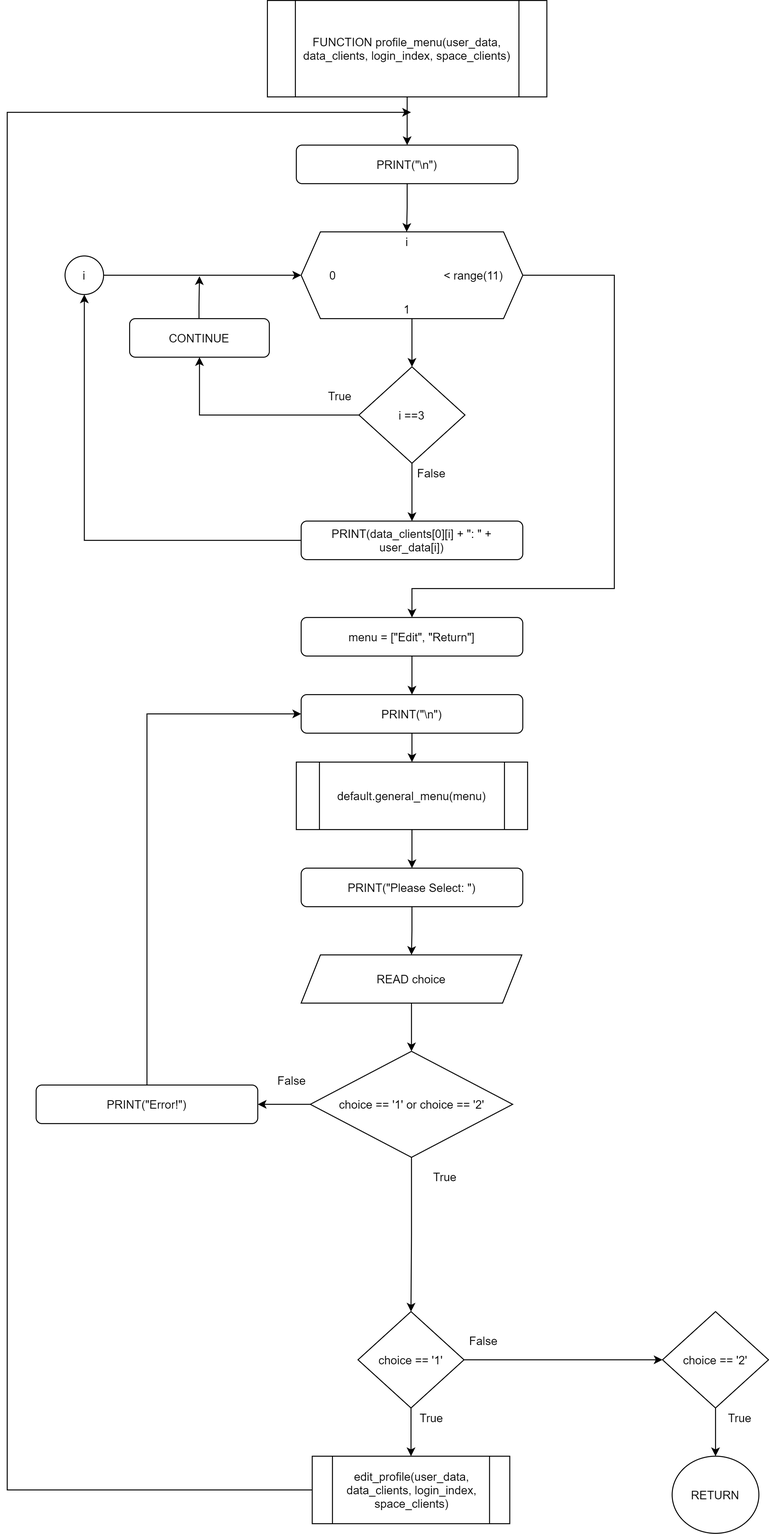
This is Flowchart/clients/profile_menu.png from RabbitBear00/Car-Rental-System, a draw.io export, as it was before one commit. Source tidied: cells renumbered, new cells last; positions are measured from the earlier drawing's top-left corner, leaving out a move shared by most shapes. Its diagram source:
```xml
<mxGraphModel>
  <root>
    <mxCell id="0" />
    <mxCell id="1" parent="0" />
    <mxCell id="2" style="group;" parent="1" vertex="1">
      <mxGeometry x="305" y="240" width="230" height="90" as="geometry" />
    </mxCell>
    <mxCell id="3" style="shape=hexagon;perimeter=hexagonPerimeter2;whiteSpace=wrap;html=1;fixedSize=1;" parent="2" vertex="1">
      <mxGeometry width="230" height="90" as="geometry" />
    </mxCell>
    <mxCell id="4" value="i" style="text;html=1;strokeColor=none;fillColor=none;align=center;verticalAlign=middle;whiteSpace=wrap;rounded=0;" parent="2" vertex="1">
      <mxGeometry x="87.6" width="43.8" height="20" as="geometry" />
    </mxCell>
    <mxCell id="5" value="0" style="text;html=1;strokeColor=none;fillColor=none;align=center;verticalAlign=middle;whiteSpace=wrap;rounded=0;" parent="2" vertex="1">
      <mxGeometry x="11" y="35" width="43.8" height="20" as="geometry" />
    </mxCell>
    <mxCell id="6" value="1" style="text;html=1;strokeColor=none;fillColor=none;align=center;verticalAlign=middle;whiteSpace=wrap;rounded=0;" parent="2" vertex="1">
      <mxGeometry x="87.6" y="70" width="43.8" height="20" as="geometry" />
    </mxCell>
    <mxCell id="7" value="&amp;lt; range(11)" style="text;html=1;strokeColor=none;fillColor=none;align=center;verticalAlign=middle;whiteSpace=wrap;rounded=0;" parent="2" vertex="1">
      <mxGeometry x="145" y="35" width="68.1" height="20" as="geometry" />
    </mxCell>
    <mxCell id="8" style="edgeStyle=orthogonalEdgeStyle;rounded=0;jettySize=auto;html=1;exitX=0.5;exitY=1;exitDx=0;exitDy=0;" parent="1" edge="1" source="9" target="4">
      <mxGeometry relative="1" as="geometry" />
    </mxCell>
    <mxCell id="9" value="PRINT(&quot;\n&quot;)" style="rounded=1;whiteSpace=wrap;html=1;" parent="1" vertex="1">
      <mxGeometry x="300" y="150" width="230" height="40" as="geometry" />
    </mxCell>
    <mxCell id="10" style="edgeStyle=orthogonalEdgeStyle;rounded=0;jettySize=auto;html=1;" parent="1" edge="1" source="12" target="14">
      <mxGeometry relative="1" as="geometry" />
    </mxCell>
    <mxCell id="11" style="edgeStyle=orthogonalEdgeStyle;rounded=0;jettySize=auto;html=1;entryX=0.5;entryY=1;entryDx=0;entryDy=0;endFill=1;" parent="1" edge="1" source="12" target="50">
      <mxGeometry relative="1" as="geometry" />
    </mxCell>
    <mxCell id="12" value="i ==3" style="rhombus;whiteSpace=wrap;html=1;" parent="1" vertex="1">
      <mxGeometry x="365" y="380" width="110" height="100" as="geometry" />
    </mxCell>
    <mxCell id="13" style="edgeStyle=orthogonalEdgeStyle;rounded=0;orthogonalLoop=1;jettySize=auto;html=1;exitX=0;exitY=0.5;exitDx=0;exitDy=0;" parent="1" edge="1">
      <mxGeometry relative="1" as="geometry">
        <mxPoint x="305" y="555" as="sourcePoint" />
        <mxPoint x="80" y="305" as="targetPoint" />
        <Array as="points">
          <mxPoint x="305" y="560" />
          <mxPoint x="80" y="560" />
        </Array>
      </mxGeometry>
    </mxCell>
    <mxCell id="14" value="PRINT(data_clients[0][i] + &quot;: &quot; + user_data[i])" style="rounded=1;whiteSpace=wrap;html=1;" parent="1" vertex="1">
      <mxGeometry x="305" y="540" width="230" height="40" as="geometry" />
    </mxCell>
    <mxCell id="15" style="edgeStyle=orthogonalEdgeStyle;rounded=0;jettySize=auto;html=1;" parent="1" edge="1" source="16" target="21">
      <mxGeometry relative="1" as="geometry" />
    </mxCell>
    <mxCell id="16" value="menu = [&quot;Edit&quot;, &quot;Return&quot;]" style="rounded=1;whiteSpace=wrap;html=1;" parent="1" vertex="1">
      <mxGeometry x="305" y="640" width="230" height="40" as="geometry" />
    </mxCell>
    <mxCell id="17" style="edgeStyle=orthogonalEdgeStyle;rounded=0;jettySize=auto;html=1;" parent="1" edge="1" source="19" target="27">
      <mxGeometry relative="1" as="geometry" />
    </mxCell>
    <mxCell id="18" style="edgeStyle=orthogonalEdgeStyle;rounded=0;jettySize=auto;html=1;entryX=0.5;entryY=0;entryDx=0;entryDy=0;" parent="1" edge="1" source="19" target="30">
      <mxGeometry relative="1" as="geometry" />
    </mxCell>
    <mxCell id="19" value="choice == '1' or choice == '2'" style="rhombus;whiteSpace=wrap;html=1;" parent="1" vertex="1">
      <mxGeometry x="314.5" y="1090" width="210" height="110" as="geometry" />
    </mxCell>
    <mxCell id="20" style="edgeStyle=orthogonalEdgeStyle;rounded=0;jettySize=auto;html=1;endFill=1;" parent="1" edge="1" source="21" target="48">
      <mxGeometry relative="1" as="geometry" />
    </mxCell>
    <mxCell id="21" value="PRINT(&quot;\n&quot;)" style="rounded=1;whiteSpace=wrap;html=1;" parent="1" vertex="1">
      <mxGeometry x="305" y="720" width="230" height="40" as="geometry" />
    </mxCell>
    <mxCell id="22" style="edgeStyle=orthogonalEdgeStyle;rounded=0;jettySize=auto;html=1;" parent="1" edge="1" source="23" target="25">
      <mxGeometry relative="1" as="geometry" />
    </mxCell>
    <mxCell id="23" value="PRINT(&quot;Please Select: &quot;)" style="rounded=1;whiteSpace=wrap;html=1;" parent="1" vertex="1">
      <mxGeometry x="305" y="900" width="230" height="40" as="geometry" />
    </mxCell>
    <mxCell id="24" style="edgeStyle=orthogonalEdgeStyle;rounded=0;jettySize=auto;html=1;" parent="1" edge="1" source="25" target="19">
      <mxGeometry relative="1" as="geometry" />
    </mxCell>
    <mxCell id="25" value="READ choice" style="shape=parallelogram;perimeter=parallelogramPerimeter;whiteSpace=wrap;html=1;fixedSize=1;" parent="1" vertex="1">
      <mxGeometry x="305" y="990" width="229" height="50" as="geometry" />
    </mxCell>
    <mxCell id="26" style="edgeStyle=orthogonalEdgeStyle;rounded=0;jettySize=auto;html=1;exitX=0.5;exitY=0;exitDx=0;exitDy=0;entryX=0;entryY=0.5;entryDx=0;entryDy=0;" parent="1" edge="1" source="27" target="21">
      <mxGeometry relative="1" as="geometry" />
    </mxCell>
    <mxCell id="27" value="PRINT(&quot;Error!&quot;)" style="rounded=1;whiteSpace=wrap;html=1;" parent="1" vertex="1">
      <mxGeometry x="30" y="1125" width="230" height="40" as="geometry" />
    </mxCell>
    <mxCell id="28" style="edgeStyle=orthogonalEdgeStyle;rounded=0;jettySize=auto;html=1;exitX=1;exitY=0.5;exitDx=0;exitDy=0;entryX=0;entryY=0.5;entryDx=0;entryDy=0;" parent="1" edge="1" source="30" target="32">
      <mxGeometry relative="1" as="geometry" />
    </mxCell>
    <mxCell id="29" style="edgeStyle=orthogonalEdgeStyle;rounded=0;jettySize=auto;html=1;endFill=1;" parent="1" edge="1" source="30" target="46">
      <mxGeometry relative="1" as="geometry" />
    </mxCell>
    <mxCell id="30" value="choice == '1'" style="rhombus;whiteSpace=wrap;html=1;" parent="1" vertex="1">
      <mxGeometry x="364" y="1360" width="110" height="100" as="geometry" />
    </mxCell>
    <mxCell id="31" style="edgeStyle=orthogonalEdgeStyle;rounded=0;jettySize=auto;html=1;exitX=0.5;exitY=1;exitDx=0;exitDy=0;entryX=0.5;entryY=0;entryDx=0;entryDy=0;" parent="1" edge="1" source="32" target="33">
      <mxGeometry relative="1" as="geometry" />
    </mxCell>
    <mxCell id="32" value="choice == '2'" style="rhombus;whiteSpace=wrap;html=1;" parent="1" vertex="1">
      <mxGeometry x="680" y="1360" width="110" height="100" as="geometry" />
    </mxCell>
    <mxCell id="33" value="RETURN" style="ellipse;whiteSpace=wrap;html=1;" parent="1" vertex="1">
      <mxGeometry x="690" y="1510" width="90" height="80" as="geometry" />
    </mxCell>
    <mxCell id="34" style="edgeStyle=orthogonalEdgeStyle;rounded=0;jettySize=auto;html=1;" parent="1" edge="1" source="3" target="12">
      <mxGeometry relative="1" as="geometry" />
    </mxCell>
    <mxCell id="35" value="True" style="text;html=1;align=center;verticalAlign=middle;strokeColor=none;" parent="1" vertex="1">
      <mxGeometry x="325" y="400" width="40" height="20" as="geometry" />
    </mxCell>
    <mxCell id="36" value="False" style="text;html=1;align=center;verticalAlign=middle;strokeColor=none;" parent="1" vertex="1">
      <mxGeometry x="420" y="480" width="40" height="20" as="geometry" />
    </mxCell>
    <mxCell id="37" value="False" style="text;html=1;align=center;verticalAlign=middle;strokeColor=none;" parent="1" vertex="1">
      <mxGeometry x="274.5" y="1110" width="40" height="20" as="geometry" />
    </mxCell>
    <mxCell id="38" value="True" style="text;html=1;align=center;verticalAlign=middle;strokeColor=none;" parent="1" vertex="1">
      <mxGeometry x="434" y="1210" width="40" height="20" as="geometry" />
    </mxCell>
    <mxCell id="39" style="edgeStyle=orthogonalEdgeStyle;rounded=0;jettySize=auto;html=1;exitX=1;exitY=0.5;exitDx=0;exitDy=0;entryX=0.5;entryY=0;entryDx=0;entryDy=0;" parent="1" edge="1" source="3" target="16">
      <mxGeometry relative="1" as="geometry">
        <Array as="points">
          <mxPoint x="630" y="285" />
          <mxPoint x="630" y="610" />
          <mxPoint x="420" y="610" />
        </Array>
      </mxGeometry>
    </mxCell>
    <mxCell id="40" value="True" style="text;html=1;align=center;verticalAlign=middle;strokeColor=none;" parent="1" vertex="1">
      <mxGeometry x="420" y="1460" width="40" height="20" as="geometry" />
    </mxCell>
    <mxCell id="41" value="False" style="text;html=1;align=center;verticalAlign=middle;strokeColor=none;" parent="1" vertex="1">
      <mxGeometry x="474" y="1380" width="40" height="20" as="geometry" />
    </mxCell>
    <mxCell id="42" value="True" style="text;html=1;align=center;verticalAlign=middle;strokeColor=none;" parent="1" vertex="1">
      <mxGeometry x="740" y="1460" width="40" height="20" as="geometry" />
    </mxCell>
    <mxCell id="43" style="edgeStyle=orthogonalEdgeStyle;rounded=0;jettySize=auto;html=1;endArrow=classic;endFill=1;" parent="1" edge="1" source="44" target="9">
      <mxGeometry relative="1" as="geometry" />
    </mxCell>
    <mxCell id="44" value="FUNCTION profile_menu(user_data, data_clients, login_index, space_clients)" style="shape=process;whiteSpace=wrap;html=1;backgroundOutline=1;" parent="1" vertex="1">
      <mxGeometry x="270" width="290" height="100" as="geometry" />
    </mxCell>
    <mxCell id="45" style="edgeStyle=orthogonalEdgeStyle;rounded=0;jettySize=auto;html=1;endFill=1;exitX=0;exitY=0.5;exitDx=0;exitDy=0;" parent="1" edge="1" source="46">
      <mxGeometry relative="1" as="geometry">
        <mxPoint x="419" y="116" as="targetPoint" />
        <Array as="points">
          <mxPoint y="1545" />
          <mxPoint y="116" />
        </Array>
      </mxGeometry>
    </mxCell>
    <mxCell id="46" value="edit_profile(user_data, data_clients, login_index, space_clients)" style="shape=process;whiteSpace=wrap;html=1;backgroundOutline=1;horizontal=1;" parent="1" vertex="1">
      <mxGeometry x="316.5" y="1510" width="205" height="70" as="geometry" />
    </mxCell>
    <mxCell id="47" style="edgeStyle=orthogonalEdgeStyle;rounded=0;jettySize=auto;html=1;endFill=1;" parent="1" edge="1" source="48" target="23">
      <mxGeometry relative="1" as="geometry" />
    </mxCell>
    <mxCell id="48" value="default.general_menu(menu)" style="shape=process;whiteSpace=wrap;html=1;backgroundOutline=1;" parent="1" vertex="1">
      <mxGeometry x="300" y="790" width="240" height="70" as="geometry" />
    </mxCell>
    <mxCell id="49" style="edgeStyle=orthogonalEdgeStyle;rounded=0;orthogonalLoop=1;jettySize=auto;html=1;endArrow=classic;endFill=1;" parent="1" edge="1">
      <mxGeometry relative="1" as="geometry">
        <mxPoint x="199" y="330" as="sourcePoint" />
        <mxPoint x="199.5" y="286" as="targetPoint" />
        <Array as="points">
          <mxPoint x="199.5" y="316" />
          <mxPoint x="199.5" y="316" />
        </Array>
      </mxGeometry>
    </mxCell>
    <mxCell id="50" value="CONTINUE" style="rounded=1;whiteSpace=wrap;html=1;" parent="1" vertex="1">
      <mxGeometry x="127" y="330" width="145" height="40" as="geometry" />
    </mxCell>
    <mxCell id="51" style="edgeStyle=orthogonalEdgeStyle;rounded=0;jettySize=auto;html=1;exitX=1;exitY=0.5;exitDx=0;exitDy=0;entryX=0;entryY=0.5;entryDx=0;entryDy=0;endArrow=classic;endFill=1;" parent="1" edge="1" source="52" target="3">
      <mxGeometry relative="1" as="geometry">
        <Array as="points">
          <mxPoint x="200" y="285" />
          <mxPoint x="200" y="285" />
        </Array>
      </mxGeometry>
    </mxCell>
    <mxCell id="52" value="i" style="ellipse;whiteSpace=wrap;html=1;" parent="1" vertex="1">
      <mxGeometry x="60" y="265" width="40" height="40" as="geometry" />
    </mxCell>
  </root>
</mxGraphModel>
```
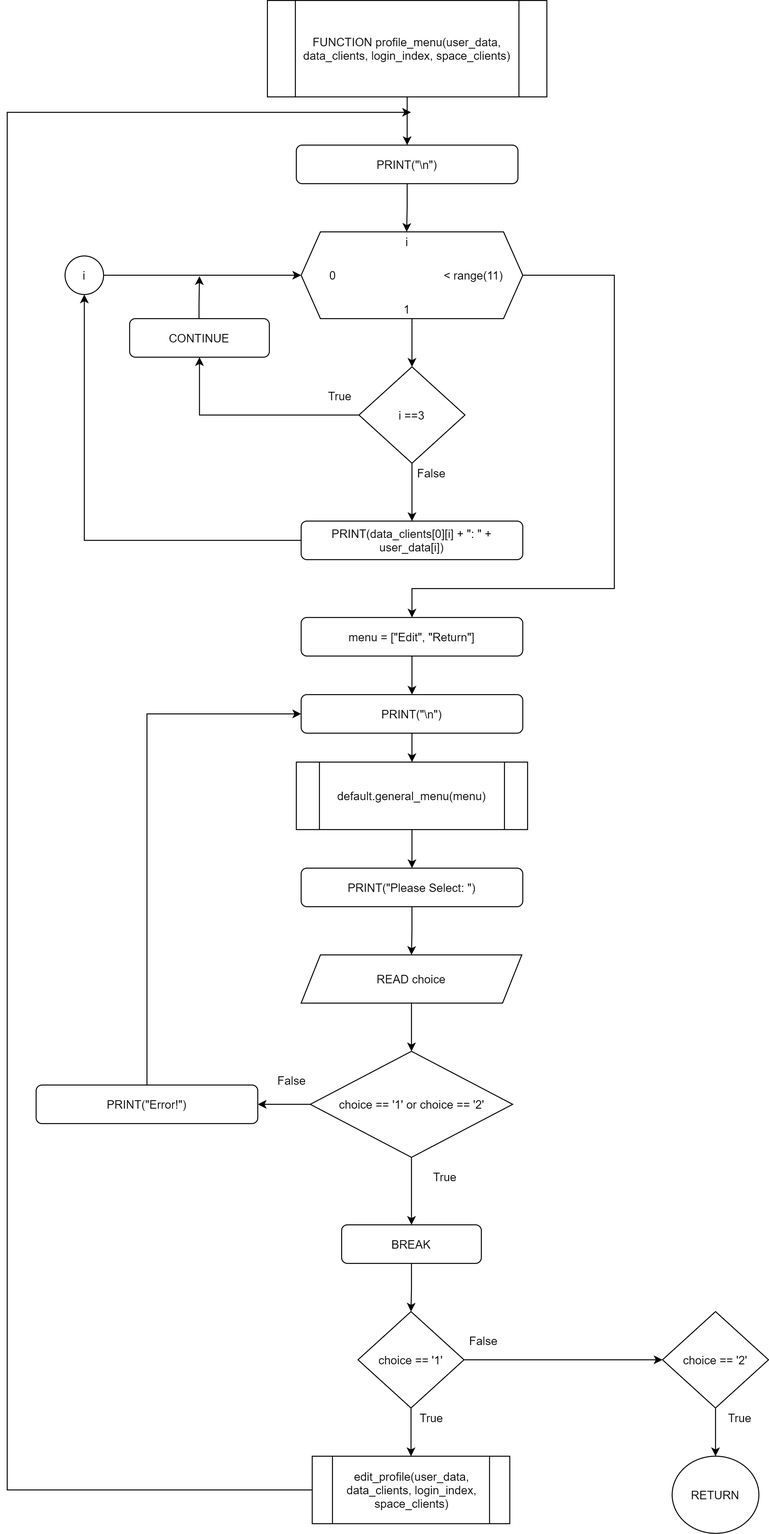
The same diagram one commit later.

Change to the diagram source:
```diff
@@ -57,9 +57,9 @@
     <mxCell id="17" style="edgeStyle=orthogonalEdgeStyle;rounded=0;jettySize=auto;html=1;" parent="1" edge="1" source="19" target="27">
       <mxGeometry relative="1" as="geometry" />
     </mxCell>
-    <mxCell id="18" style="edgeStyle=orthogonalEdgeStyle;rounded=0;jettySize=auto;html=1;entryX=0.5;entryY=0;entryDx=0;entryDy=0;" parent="1" edge="1" source="19" target="30">
-      <mxGeometry relative="1" as="geometry" />
-    </mxCell>
+    <mxCell id="53" style="edgeStyle=orthogonalEdgeStyle;rounded=0;jettySize=auto;html=1;" parent="1" edge="1" source="19" target="55">
+      <mxGeometry relative="1" as="geometry" />
+    </mxCell>
     <mxCell id="19" value="choice == '1' or choice == '2'" style="rhombus;whiteSpace=wrap;html=1;" parent="1" vertex="1">
       <mxGeometry x="314.5" y="1090" width="210" height="110" as="geometry" />
     </mxCell>
@@ -186,5 +186,11 @@
     <mxCell id="52" value="i" style="ellipse;whiteSpace=wrap;html=1;" parent="1" vertex="1">
       <mxGeometry x="60" y="265" width="40" height="40" as="geometry" />
     </mxCell>
+    <mxCell id="54" style="edgeStyle=orthogonalEdgeStyle;rounded=0;jettySize=auto;html=1;" parent="1" edge="1" source="55" target="30">
+      <mxGeometry relative="1" as="geometry" />
+    </mxCell>
+    <mxCell id="55" value="BREAK" style="rounded=1;whiteSpace=wrap;html=1;" parent="1" vertex="1">
+      <mxGeometry x="347" y="1270" width="145" height="40" as="geometry" />
+    </mxCell>
   </root>
 </mxGraphModel>
```
